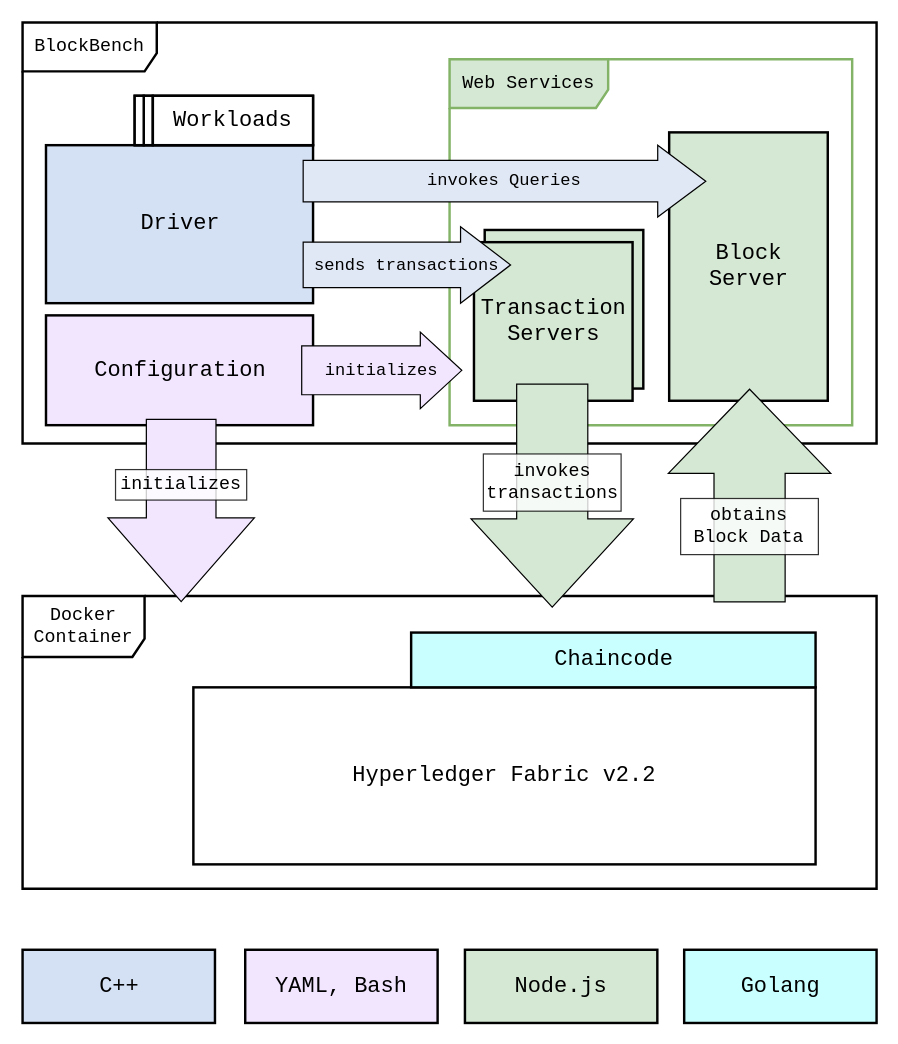
Before: diagrams/BlockbenchArchitectureDetailed.drawio in David-Sat/blockbench-setup, a draw.io diagram. Source tidied: cells renumbered, new cells numbered last; positions are measured from the earlier drawing's top-left corner, leaving out a move shared by most shapes. Both pictures are drawn from the tidied source at 122%, with x=0, y=0 at pixel (22, 22).
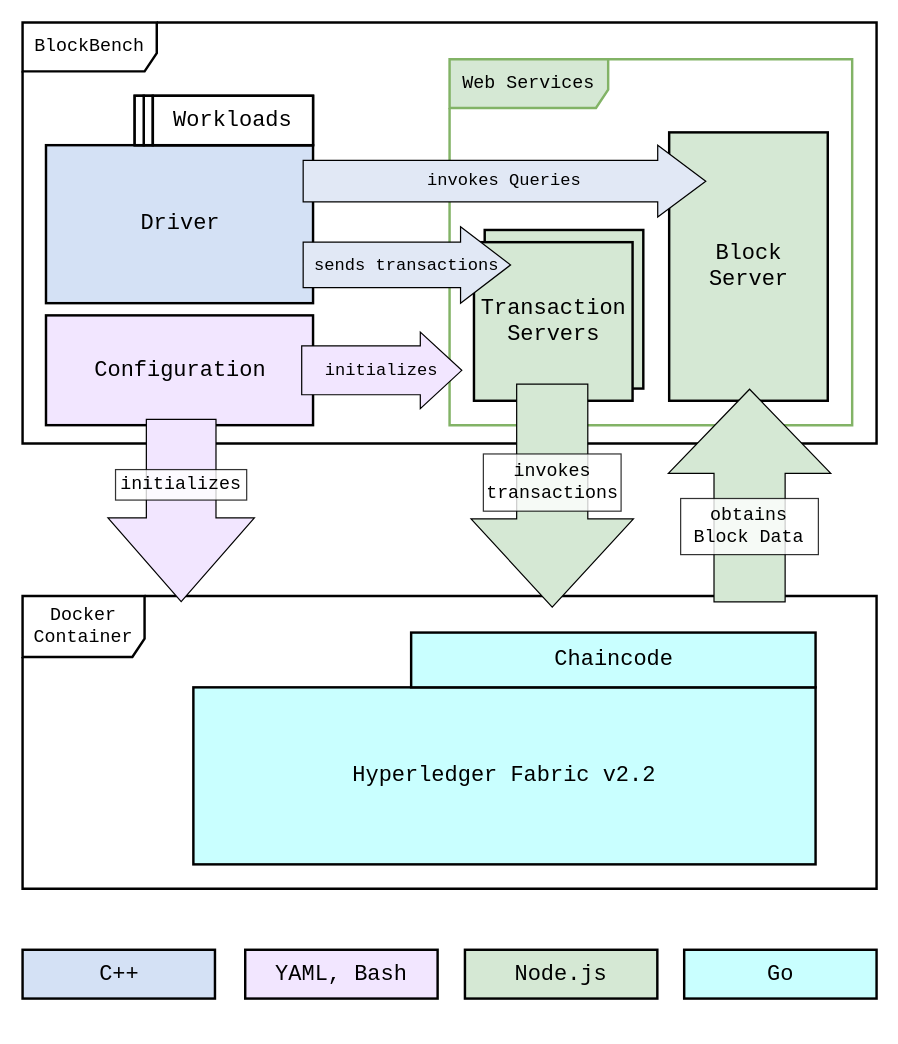
The same diagram, later.

The change refers to these unchanged cells:
```xml
<mxCell id="8" style="group;" parent="1" vertex="1">
  <mxGeometry x="140" y="500" width="510" height="190" as="geometry" />
</mxCell>
```

Diff of the diagram source:
```diff
@@
-    <mxCell id="9" value="Hyperledger Fabric v2.2" style="rounded=0;whiteSpace=wrap;html=1;strokeWidth=2;fontFamily=Courier New;fontSize=18;" parent="8" vertex="1">
+    <mxCell id="9" value="Hyperledger Fabric v2.2" style="rounded=0;whiteSpace=wrap;html=1;strokeWidth=2;fontFamily=Courier New;fontSize=18;fillColor=#C9FFFF;" parent="8" vertex="1">
       <mxGeometry y="44.9" width="510" height="145.1" as="geometry" />
     </mxCell>
@@
+    <mxCell id="35" style="group;" parent="1" vertex="1">
+      <mxGeometry y="760" width="700" height="40" as="geometry" />
+    </mxCell>
-    <mxCell id="31" value="C++" style="html=1;strokeWidth=2;fontFamily=Courier New;fontSize=18;rounded=0;fillColor=#D4E1F5;" parent="1" vertex="1">
-      <mxGeometry y="760" width="157.7" height="60" as="geometry" />
+    <mxCell id="31" value="C++" style="html=1;strokeWidth=2;fontFamily=Courier New;fontSize=18;rounded=0;fillColor=#D4E1F5;" parent="35" vertex="1">
+      <mxGeometry width="157.7" height="40" as="geometry" />
     </mxCell>
-    <mxCell id="32" value="YAML, Bash" style="html=1;strokeWidth=2;fontFamily=Courier New;fontSize=18;rounded=0;fillColor=#F2E6FF;" parent="1" vertex="1">
-      <mxGeometry x="182.5" y="760" width="157.7" height="60" as="geometry" />
+    <mxCell id="32" value="YAML, Bash" style="html=1;strokeWidth=2;fontFamily=Courier New;fontSize=18;rounded=0;fillColor=#F2E6FF;" parent="35" vertex="1">
+      <mxGeometry x="182.5" width="157.7" height="40" as="geometry" />
     </mxCell>
-    <mxCell id="33" value="Node.js" style="html=1;strokeWidth=2;fontFamily=Courier New;fontSize=18;rounded=0;fillColor=#D5E8D4;" parent="1" vertex="1">
-      <mxGeometry x="362.6" y="760" width="157.7" height="60" as="geometry" />
+    <mxCell id="33" value="Node.js" style="html=1;strokeWidth=2;fontFamily=Courier New;fontSize=18;rounded=0;fillColor=#D5E8D4;" parent="35" vertex="1">
+      <mxGeometry x="362.6" width="157.7" height="40" as="geometry" />
     </mxCell>
-    <mxCell id="34" value="Golang" style="html=1;strokeWidth=2;fontFamily=Courier New;fontSize=18;rounded=0;fillColor=#C9FFFF;" parent="1" vertex="1">
-      <mxGeometry x="542.3" y="760" width="157.7" height="60" as="geometry" />
+    <mxCell id="34" value="Go" style="html=1;strokeWidth=2;fontFamily=Courier New;fontSize=18;rounded=0;fillColor=#C9FFFF;" parent="35" vertex="1">
+      <mxGeometry x="542.3" width="157.7" height="40" as="geometry" />
     </mxCell>
```
